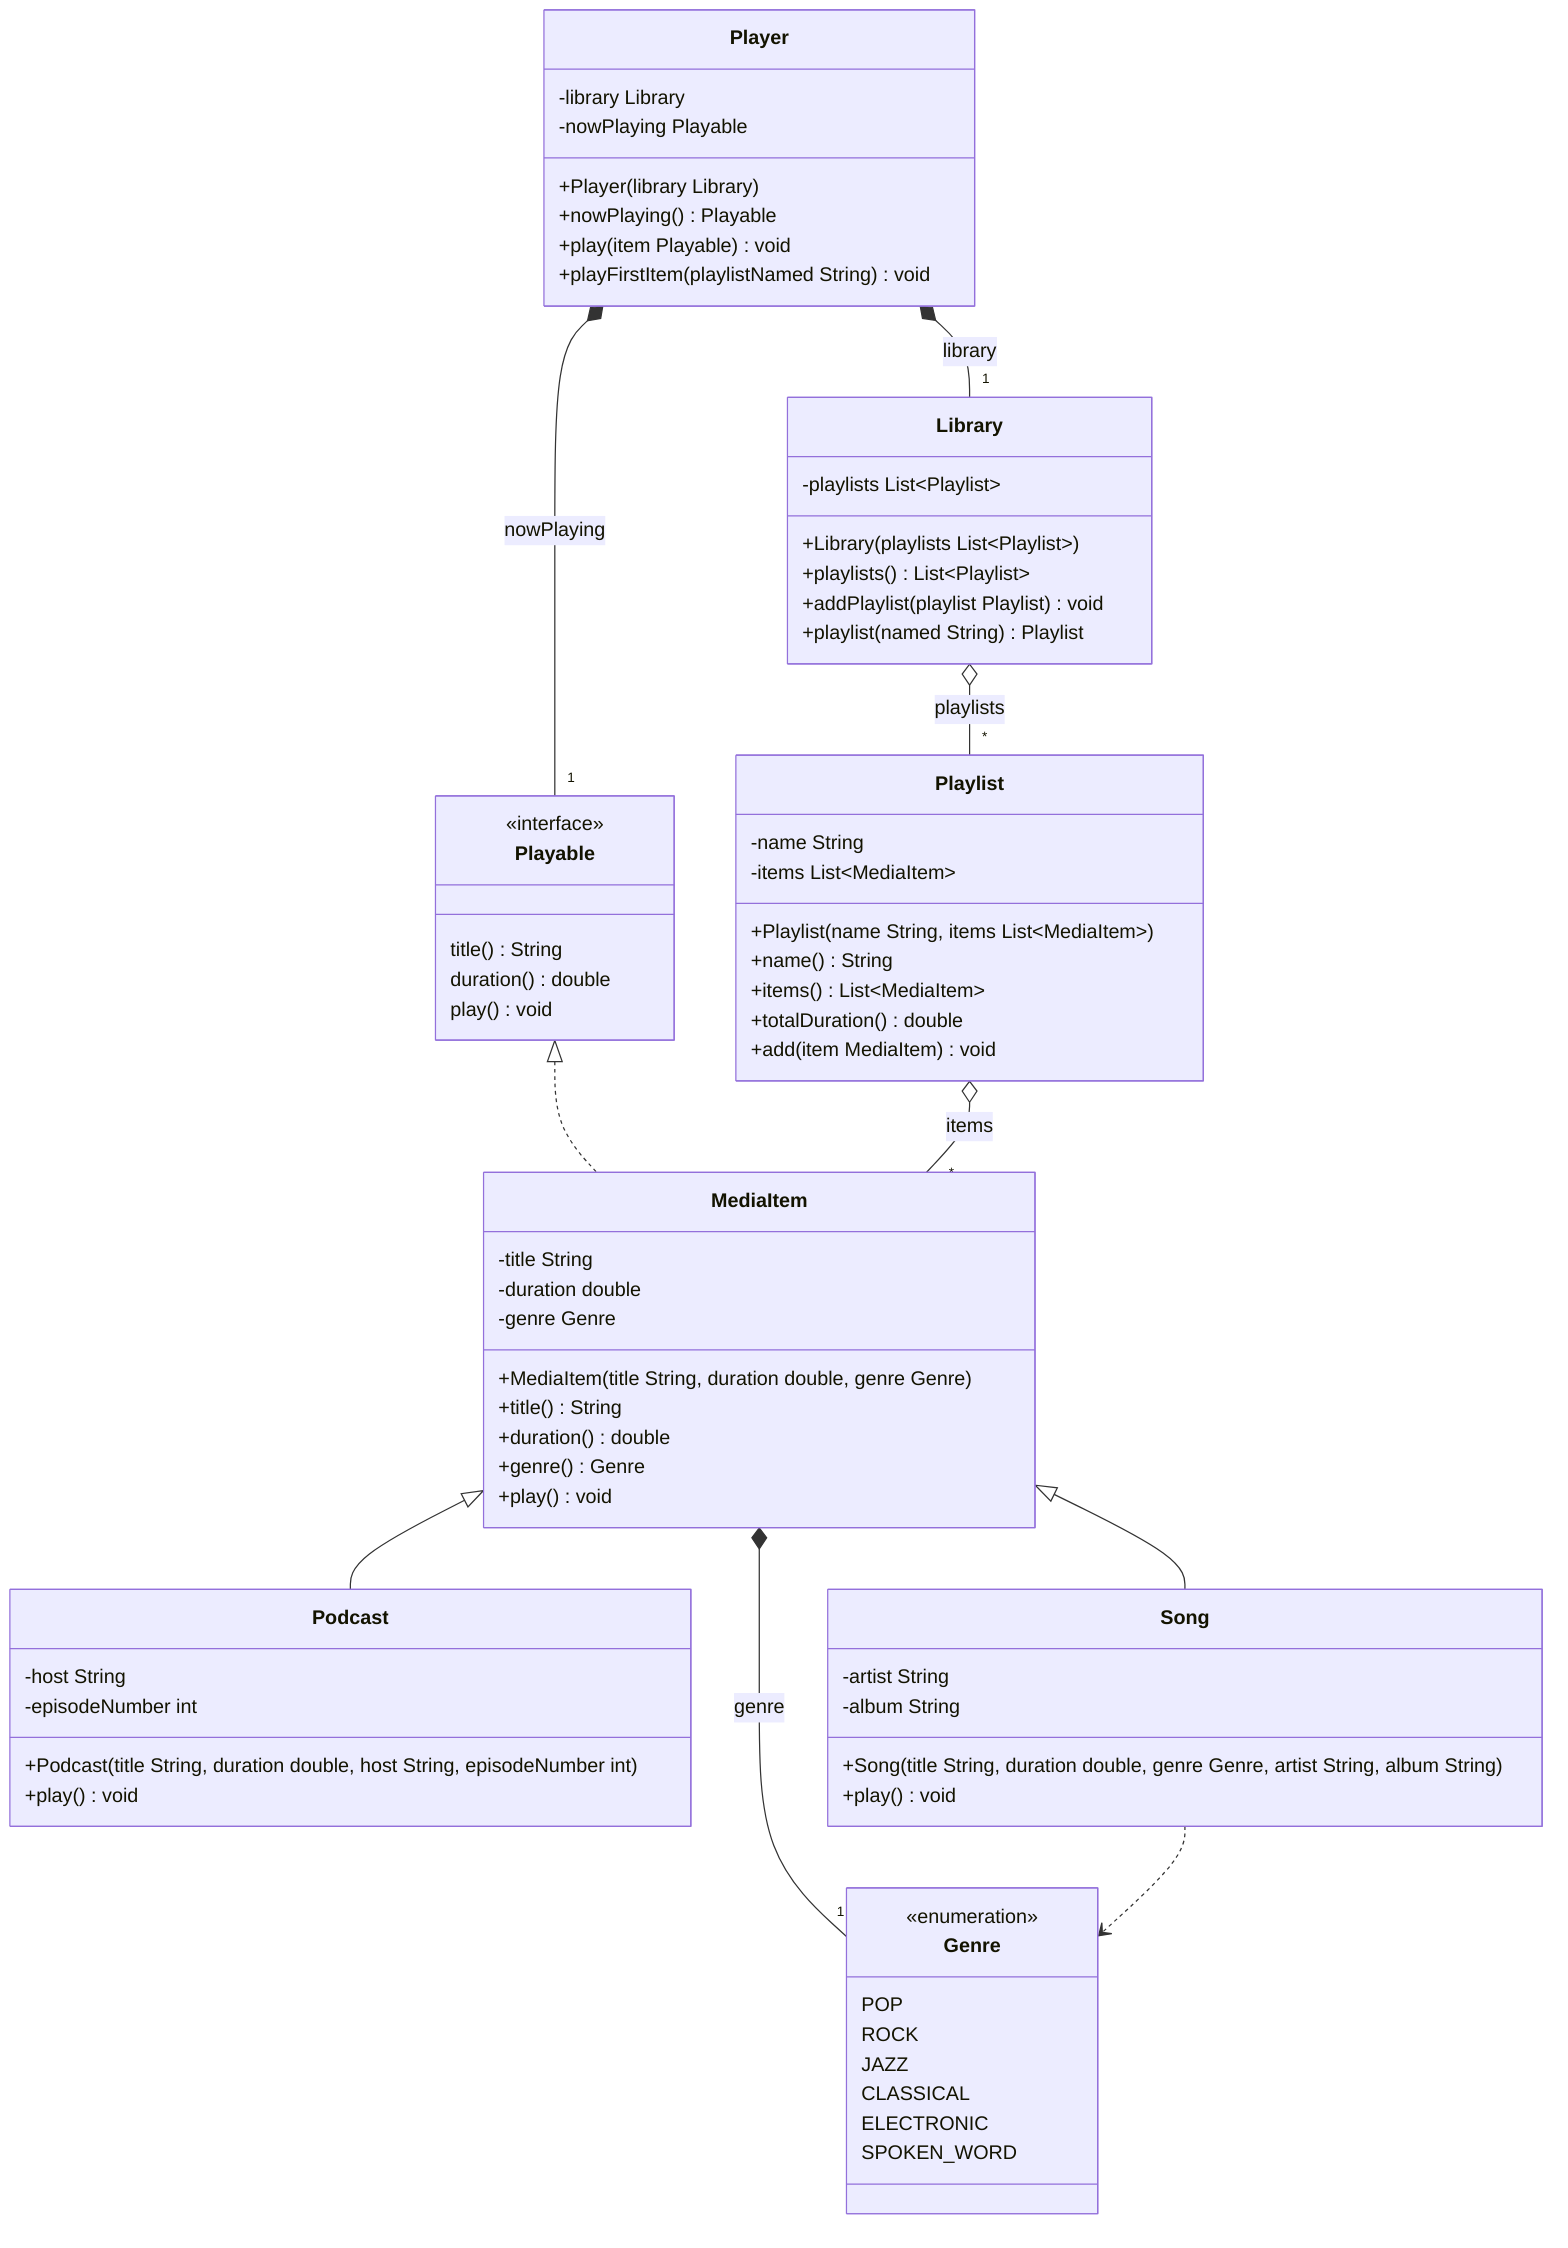
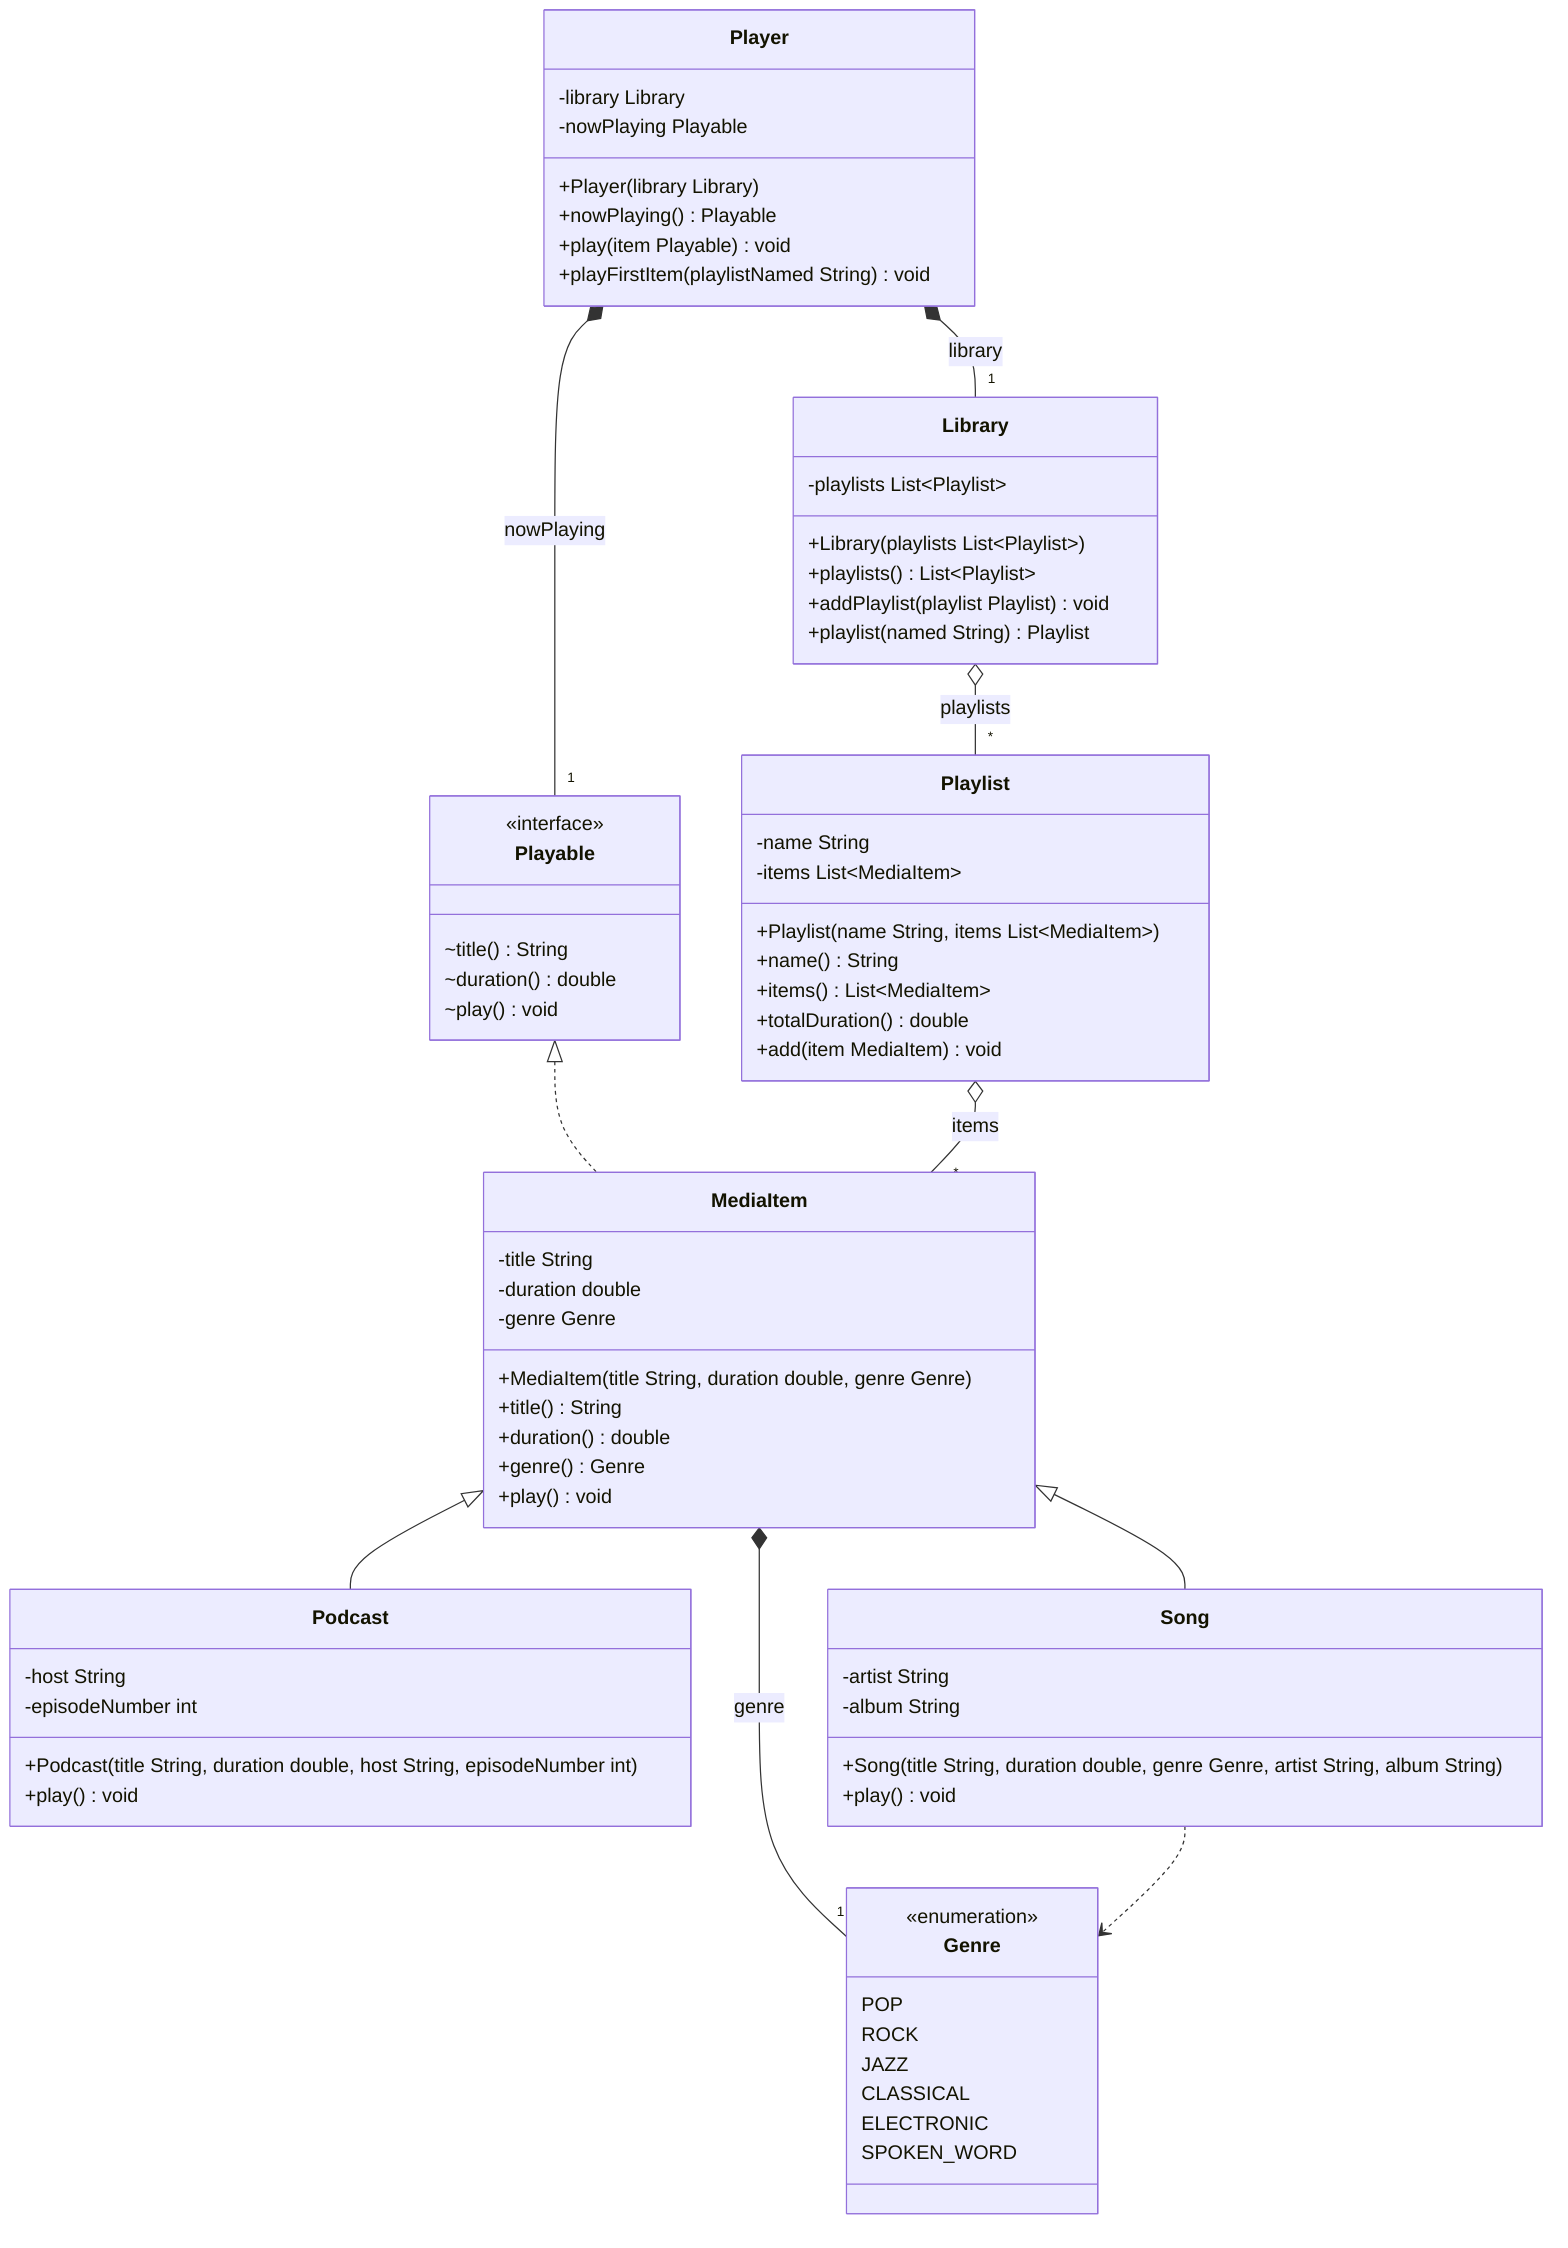
classDiagram
    class medialibrary_Genre["Genre"] {
        <<enumeration>>
        POP
        ROCK
        JAZZ
        CLASSICAL
        ELECTRONIC
        SPOKEN_WORD
    }
    class medialibrary_Library["Library"] {
        -playlists List~Playlist~
        +Library(playlists List~Playlist~)
        +playlists() List~Playlist~
        +addPlaylist(playlist Playlist) void
        +playlist(named String) Playlist
    }
    class medialibrary_MediaItem["MediaItem"] {
        -title String
        -duration double
        -genre Genre
        +MediaItem(title String, duration double, genre Genre)
        +title() String
        +duration() double
        +genre() Genre
        +play() void
    }
    class medialibrary_Playable["Playable"] {
        <<interface>>
-         title() String
-         duration() double
-         play() void
+         ~title() String
+         ~duration() double
+         ~play() void
    }
    class medialibrary_Player["Player"] {
        -library Library
        -nowPlaying Playable
        +Player(library Library)
        +nowPlaying() Playable
        +play(item Playable) void
        +playFirstItem(playlistNamed String) void
    }
    class medialibrary_Playlist["Playlist"] {
        -name String
        -items List~MediaItem~
        +Playlist(name String, items List~MediaItem~)
        +name() String
        +items() List~MediaItem~
        +totalDuration() double
        +add(item MediaItem) void
    }
    class medialibrary_Podcast["Podcast"] {
        -host String
        -episodeNumber int
        +Podcast(title String, duration double, host String, episodeNumber int)
        +play() void
    }
    class medialibrary_Song["Song"] {
        -artist String
        -album String
        +Song(title String, duration double, genre Genre, artist String, album String)
        +play() void
    }
    medialibrary_Playable <|.. medialibrary_MediaItem
    medialibrary_MediaItem <|-- medialibrary_Podcast
    medialibrary_MediaItem <|-- medialibrary_Song
    medialibrary_Library o-- "*" medialibrary_Playlist : playlists
    medialibrary_MediaItem *-- "1" medialibrary_Genre : genre
    medialibrary_Player *-- "1" medialibrary_Library : library
    medialibrary_Player *-- "1" medialibrary_Playable : nowPlaying
    medialibrary_Playlist o-- "*" medialibrary_MediaItem : items
    medialibrary_Song ..> medialibrary_Genre
